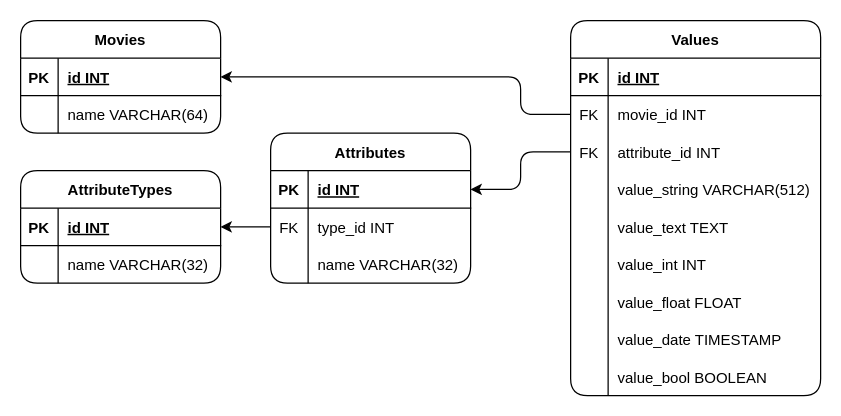
otusteamedu/PHP_2023 keeps this draw.io diagram as 1. scheme.drawio. Above is the earlier version. Source tidied: cells renumbered, new cells numbered last; positions are measured from the earlier drawing's top-left corner, leaving out a move shared by most shapes. Both pictures are drawn from the tidied source at 125%, with x=0, y=0 at pixel (20, 20).
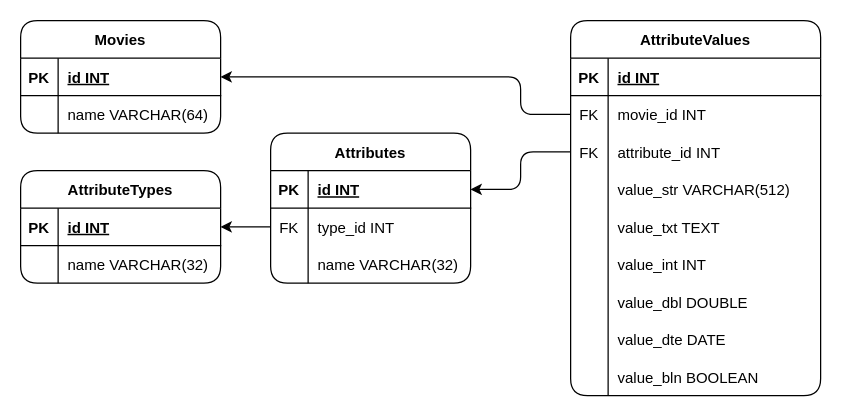
After the change.

The change refers to these unchanged cells:
```xml
<mxCell id="31" style="shape=tableRow;horizontal=0;startSize=0;swimlaneHead=0;swimlaneBody=0;fillColor=none;top=0;left=0;right=0;bottom=0;rounded=1;" parent="21" vertex="1">
  <mxGeometry y="120" width="200" height="30" as="geometry" />
</mxCell>
<mxCell id="34" style="shape=tableRow;horizontal=0;startSize=0;swimlaneHead=0;swimlaneBody=0;fillColor=none;top=0;left=0;right=0;bottom=0;rounded=1;" parent="21" vertex="1">
  <mxGeometry y="150" width="200" height="30" as="geometry" />
</mxCell>
<mxCell id="40" style="shape=tableRow;horizontal=0;startSize=0;swimlaneHead=0;swimlaneBody=0;fillColor=none;top=0;left=0;right=0;bottom=0;rounded=1;" parent="21" vertex="1">
  <mxGeometry y="210" width="200" height="30" as="geometry" />
</mxCell>
<mxCell id="43" style="shape=tableRow;horizontal=0;startSize=0;swimlaneHead=0;swimlaneBody=0;fillColor=none;top=0;left=0;right=0;bottom=0;rounded=1;" parent="21" vertex="1">
  <mxGeometry y="240" width="200" height="30" as="geometry" />
</mxCell>
<mxCell id="46" style="shape=tableRow;horizontal=0;startSize=0;swimlaneHead=0;swimlaneBody=0;fillColor=none;top=0;left=0;right=0;bottom=0;rounded=1;" parent="21" vertex="1">
  <mxGeometry y="270" width="200" height="30" as="geometry" />
</mxCell>
```

Change to the diagram source:
```diff
@@
-    <mxCell id="21" value="Values" style="shape=table;startSize=30;childLayout=tableLayout;rowLines=0;fontStyle=1;align=center;rounded=1;" parent="1" vertex="1">
+    <mxCell id="21" value="AttributeValues" style="shape=table;startSize=30;childLayout=tableLayout;rowLines=0;fontStyle=1;align=center;rounded=1;" parent="1" vertex="1">
       <mxGeometry x="440" width="200" height="300" as="geometry" />
     </mxCell>
@@
-    <mxCell id="33" value="value_string VARCHAR(512)" style="shape=partialRectangle;fillColor=none;top=0;left=0;bottom=0;right=0;align=left;spacingLeft=6;overflow=hidden;rounded=1;" parent="31" vertex="1">
+    <mxCell id="33" value="value_str VARCHAR(512)" style="shape=partialRectangle;fillColor=none;top=0;left=0;bottom=0;right=0;align=left;spacingLeft=6;overflow=hidden;rounded=1;" parent="31" vertex="1">
       <mxGeometry x="30" width="170" height="30" as="geometry" />
     </mxCell>
@@
-    <mxCell id="36" value="value_text TEXT" style="shape=partialRectangle;fillColor=none;top=0;left=0;bottom=0;right=0;align=left;spacingLeft=6;overflow=hidden;rounded=1;" parent="34" vertex="1">
+    <mxCell id="36" value="value_txt TEXT" style="shape=partialRectangle;fillColor=none;top=0;left=0;bottom=0;right=0;align=left;spacingLeft=6;overflow=hidden;rounded=1;" parent="34" vertex="1">
       <mxGeometry x="30" width="170" height="30" as="geometry" />
     </mxCell>
@@
-    <mxCell id="42" value="value_float FLOAT" style="shape=partialRectangle;fillColor=none;top=0;left=0;bottom=0;right=0;align=left;spacingLeft=6;overflow=hidden;rounded=1;" parent="40" vertex="1">
+    <mxCell id="42" value="value_dbl DOUBLE" style="shape=partialRectangle;fillColor=none;top=0;left=0;bottom=0;right=0;align=left;spacingLeft=6;overflow=hidden;rounded=1;" parent="40" vertex="1">
       <mxGeometry x="30" width="170" height="30" as="geometry" />
     </mxCell>
@@
-    <mxCell id="45" value="value_date TIMESTAMP" style="shape=partialRectangle;fillColor=none;top=0;left=0;bottom=0;right=0;align=left;spacingLeft=6;overflow=hidden;rounded=1;" parent="43" vertex="1">
+    <mxCell id="45" value="value_dte DATE" style="shape=partialRectangle;fillColor=none;top=0;left=0;bottom=0;right=0;align=left;spacingLeft=6;overflow=hidden;rounded=1;" parent="43" vertex="1">
       <mxGeometry x="30" width="170" height="30" as="geometry" />
     </mxCell>
@@
-    <mxCell id="48" value="value_bool BOOLEAN" style="shape=partialRectangle;fillColor=none;top=0;left=0;bottom=0;right=0;align=left;spacingLeft=6;overflow=hidden;rounded=1;" parent="46" vertex="1">
+    <mxCell id="48" value="value_bln BOOLEAN" style="shape=partialRectangle;fillColor=none;top=0;left=0;bottom=0;right=0;align=left;spacingLeft=6;overflow=hidden;rounded=1;" parent="46" vertex="1">
       <mxGeometry x="30" width="170" height="30" as="geometry" />
     </mxCell>
```
